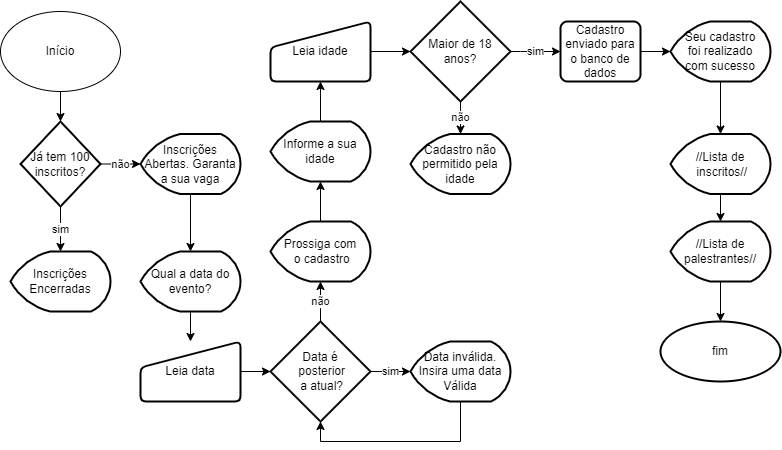
concaneto/SENAI-UC-8-Logica-de-programacao keeps this draw.io diagram as Fluxograma-AppEventos-drawio.drawio.png. Above is the earlier version. Source tidied: cells renumbered, new cells last; positions are measured from the earlier drawing's top-left corner, leaving out a move shared by most shapes. Its diagram source:
```xml
<mxGraphModel>
  <root>
    <mxCell id="0" />
    <mxCell id="1" parent="0" />
    <mxCell id="2" style="edgeStyle=orthogonalEdgeStyle;rounded=0;jettySize=auto;html=1;" parent="1" edge="1" source="3">
      <mxGeometry relative="1" as="geometry">
        <mxPoint x="60" y="120" as="targetPoint" />
      </mxGeometry>
    </mxCell>
    <mxCell id="3" value="Início" style="ellipse;whiteSpace=wrap;html=1;" parent="1" vertex="1">
      <mxGeometry y="10" width="120" height="80" as="geometry" />
    </mxCell>
    <mxCell id="4" value="não" style="edgeStyle=orthogonalEdgeStyle;rounded=0;jettySize=auto;html=1;" parent="1" edge="1" source="6" target="8">
      <mxGeometry relative="1" as="geometry" />
    </mxCell>
    <mxCell id="5" value="sim" style="edgeStyle=orthogonalEdgeStyle;rounded=0;jettySize=auto;html=1;" parent="1" edge="1" source="6" target="9">
      <mxGeometry relative="1" as="geometry" />
    </mxCell>
    <mxCell id="6" value="Já tem 100 inscritos?" style="strokeWidth=2;html=1;shape=mxgraph.flowchart.decision;whiteSpace=wrap;" parent="1" vertex="1">
      <mxGeometry x="20" y="120" width="80" height="85" as="geometry" />
    </mxCell>
    <mxCell id="7" style="edgeStyle=orthogonalEdgeStyle;rounded=0;jettySize=auto;html=1;" parent="1" edge="1" source="8" target="11">
      <mxGeometry relative="1" as="geometry" />
    </mxCell>
    <mxCell id="8" value="Inscrições Abertas. Garanta a sua vaga" style="strokeWidth=2;html=1;shape=mxgraph.flowchart.display;whiteSpace=wrap;" parent="1" vertex="1">
      <mxGeometry x="140" y="132.5" width="100" height="60" as="geometry" />
    </mxCell>
    <mxCell id="9" value="Inscrições Encerradas" style="strokeWidth=2;html=1;shape=mxgraph.flowchart.display;whiteSpace=wrap;" parent="1" vertex="1">
      <mxGeometry x="10" y="250" width="100" height="60" as="geometry" />
    </mxCell>
    <mxCell id="10" style="edgeStyle=orthogonalEdgeStyle;rounded=0;jettySize=auto;html=1;" parent="1" edge="1" source="11" target="13">
      <mxGeometry relative="1" as="geometry" />
    </mxCell>
    <mxCell id="11" value="Qual a data do evento?" style="strokeWidth=2;html=1;shape=mxgraph.flowchart.display;whiteSpace=wrap;" parent="1" vertex="1">
      <mxGeometry x="140" y="250" width="100" height="60" as="geometry" />
    </mxCell>
    <mxCell id="12" style="edgeStyle=orthogonalEdgeStyle;rounded=0;jettySize=auto;html=1;" parent="1" edge="1" source="13" target="16">
      <mxGeometry relative="1" as="geometry" />
    </mxCell>
    <mxCell id="13" value="Leia data" style="html=1;strokeWidth=2;shape=manualInput;whiteSpace=wrap;rounded=1;size=26;arcSize=11;" parent="1" vertex="1">
      <mxGeometry x="140" y="340" width="100" height="60" as="geometry" />
    </mxCell>
    <mxCell id="14" value="sim" style="edgeStyle=orthogonalEdgeStyle;rounded=0;jettySize=auto;html=1;" parent="1" edge="1" source="16" target="18">
      <mxGeometry relative="1" as="geometry" />
    </mxCell>
    <mxCell id="15" value="não" style="edgeStyle=orthogonalEdgeStyle;rounded=0;jettySize=auto;html=1;" parent="1" edge="1" source="16" target="20">
      <mxGeometry relative="1" as="geometry" />
    </mxCell>
    <mxCell id="16" value="Data é&lt;br&gt;&amp;nbsp;posterior&lt;br&gt;&amp;nbsp;a atual?" style="strokeWidth=2;html=1;shape=mxgraph.flowchart.decision;whiteSpace=wrap;" parent="1" vertex="1">
      <mxGeometry x="270" y="320" width="100" height="100" as="geometry" />
    </mxCell>
    <mxCell id="17" style="edgeStyle=orthogonalEdgeStyle;rounded=0;jettySize=auto;html=1;entryX=0.5;entryY=1;entryDx=0;entryDy=0;entryPerimeter=0;" parent="1" edge="1" source="18" target="16">
      <mxGeometry relative="1" as="geometry">
        <Array as="points">
          <mxPoint x="460" y="440" />
          <mxPoint x="320" y="440" />
        </Array>
      </mxGeometry>
    </mxCell>
    <mxCell id="18" value="Data inválida.&lt;br&gt;Insira uma data Válida" style="strokeWidth=2;html=1;shape=mxgraph.flowchart.display;whiteSpace=wrap;" parent="1" vertex="1">
      <mxGeometry x="410" y="340" width="100" height="60" as="geometry" />
    </mxCell>
    <mxCell id="19" style="edgeStyle=orthogonalEdgeStyle;rounded=0;jettySize=auto;html=1;" parent="1" edge="1" source="20" target="22">
      <mxGeometry relative="1" as="geometry" />
    </mxCell>
    <mxCell id="20" value="Prossiga com&lt;br&gt;&amp;nbsp;o cadastro" style="strokeWidth=2;html=1;shape=mxgraph.flowchart.display;whiteSpace=wrap;" parent="1" vertex="1">
      <mxGeometry x="270" y="220" width="100" height="60" as="geometry" />
    </mxCell>
    <mxCell id="21" style="edgeStyle=orthogonalEdgeStyle;rounded=0;jettySize=auto;html=1;" parent="1" edge="1" source="22" target="24">
      <mxGeometry relative="1" as="geometry" />
    </mxCell>
    <mxCell id="22" value="Informe a sua idade" style="strokeWidth=2;html=1;shape=mxgraph.flowchart.display;whiteSpace=wrap;" parent="1" vertex="1">
      <mxGeometry x="270" y="120" width="100" height="60" as="geometry" />
    </mxCell>
    <mxCell id="23" style="edgeStyle=orthogonalEdgeStyle;rounded=0;jettySize=auto;html=1;" parent="1" edge="1" source="24" target="27">
      <mxGeometry relative="1" as="geometry" />
    </mxCell>
    <mxCell id="24" value="Leia idade" style="html=1;strokeWidth=2;shape=manualInput;whiteSpace=wrap;rounded=1;size=26;arcSize=11;" parent="1" vertex="1">
      <mxGeometry x="270" y="20" width="100" height="60" as="geometry" />
    </mxCell>
    <mxCell id="25" value="não" style="edgeStyle=orthogonalEdgeStyle;rounded=0;jettySize=auto;html=1;" parent="1" edge="1" source="27" target="28">
      <mxGeometry relative="1" as="geometry" />
    </mxCell>
    <mxCell id="26" value="sim" style="edgeStyle=orthogonalEdgeStyle;rounded=0;jettySize=auto;html=1;" parent="1" edge="1" source="27" target="37">
      <mxGeometry relative="1" as="geometry">
        <Array as="points">
          <mxPoint x="520" y="50" />
          <mxPoint x="520" y="50" />
        </Array>
      </mxGeometry>
    </mxCell>
    <mxCell id="27" value="Maior de 18 anos?" style="strokeWidth=2;html=1;shape=mxgraph.flowchart.decision;whiteSpace=wrap;" parent="1" vertex="1">
      <mxGeometry x="410" width="100" height="100" as="geometry" />
    </mxCell>
    <mxCell id="28" value="Cadastro não&lt;br&gt;permitido pela&lt;br&gt;idade" style="strokeWidth=2;html=1;shape=mxgraph.flowchart.display;whiteSpace=wrap;" parent="1" vertex="1">
      <mxGeometry x="410" y="132.5" width="100" height="60" as="geometry" />
    </mxCell>
    <mxCell id="29" style="edgeStyle=orthogonalEdgeStyle;rounded=0;jettySize=auto;html=1;" parent="1" edge="1" source="30" target="32">
      <mxGeometry relative="1" as="geometry" />
    </mxCell>
    <mxCell id="30" value="Seu cadastro&lt;br&gt;foi realizado&lt;br&gt;com sucesso" style="strokeWidth=2;html=1;shape=mxgraph.flowchart.display;whiteSpace=wrap;" parent="1" vertex="1">
      <mxGeometry x="670" y="20" width="100" height="60" as="geometry" />
    </mxCell>
    <mxCell id="31" style="edgeStyle=orthogonalEdgeStyle;rounded=0;jettySize=auto;html=1;" parent="1" edge="1" source="32" target="34">
      <mxGeometry relative="1" as="geometry" />
    </mxCell>
    <mxCell id="32" value="//Lista de&lt;br&gt;&amp;nbsp;inscritos//" style="strokeWidth=2;html=1;shape=mxgraph.flowchart.display;whiteSpace=wrap;" parent="1" vertex="1">
      <mxGeometry x="670" y="132.5" width="100" height="60" as="geometry" />
    </mxCell>
    <mxCell id="33" style="edgeStyle=orthogonalEdgeStyle;rounded=0;jettySize=auto;html=1;" parent="1" edge="1" source="34" target="35">
      <mxGeometry relative="1" as="geometry" />
    </mxCell>
    <mxCell id="34" value="//Lista de palestrantes//" style="strokeWidth=2;html=1;shape=mxgraph.flowchart.display;whiteSpace=wrap;" parent="1" vertex="1">
      <mxGeometry x="670" y="220" width="100" height="60" as="geometry" />
    </mxCell>
    <mxCell id="35" value="fim" style="ellipse;whiteSpace=wrap;html=1;strokeWidth=2;" parent="1" vertex="1">
      <mxGeometry x="660" y="320" width="120" height="60" as="geometry" />
    </mxCell>
    <mxCell id="36" style="edgeStyle=orthogonalEdgeStyle;rounded=0;jettySize=auto;html=1;" parent="1" edge="1" source="37" target="30">
      <mxGeometry relative="1" as="geometry" />
    </mxCell>
    <mxCell id="37" value="Cadastro enviado para o banco de dados" style="rounded=1;whiteSpace=wrap;html=1;absoluteArcSize=1;arcSize=14;strokeWidth=2;" parent="1" vertex="1">
      <mxGeometry x="560" y="20" width="80" height="60" as="geometry" />
    </mxCell>
  </root>
</mxGraphModel>
```
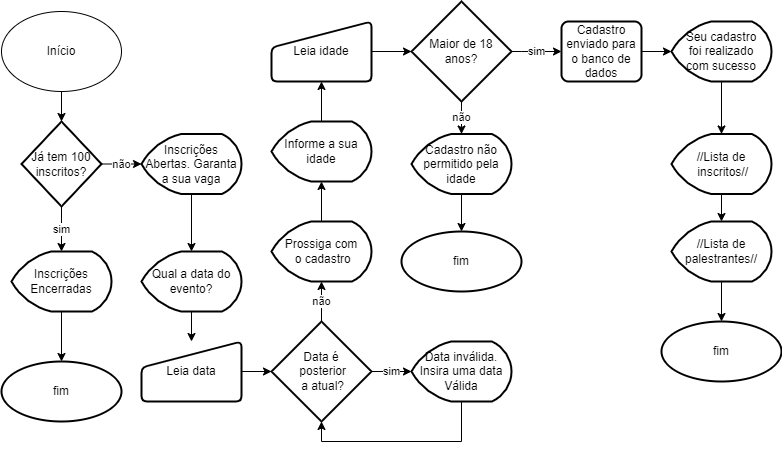
After the change.

What changed in the source:
```diff
@@ -25,6 +25,9 @@
     <mxCell id="8" value="Inscrições Abertas. Garanta a sua vaga" style="strokeWidth=2;html=1;shape=mxgraph.flowchart.display;whiteSpace=wrap;" parent="1" vertex="1">
       <mxGeometry x="140" y="132.5" width="100" height="60" as="geometry" />
     </mxCell>
+    <mxCell id="38" style="edgeStyle=orthogonalEdgeStyle;rounded=0;jettySize=auto;html=1;" parent="1" edge="1" source="9" target="40">
+      <mxGeometry relative="1" as="geometry" />
+    </mxCell>
     <mxCell id="9" value="Inscrições Encerradas" style="strokeWidth=2;html=1;shape=mxgraph.flowchart.display;whiteSpace=wrap;" parent="1" vertex="1">
       <mxGeometry x="10" y="250" width="100" height="60" as="geometry" />
     </mxCell>
@@ -92,6 +95,9 @@
     <mxCell id="27" value="Maior de 18 anos?" style="strokeWidth=2;html=1;shape=mxgraph.flowchart.decision;whiteSpace=wrap;" parent="1" vertex="1">
       <mxGeometry x="410" width="100" height="100" as="geometry" />
     </mxCell>
+    <mxCell id="39" style="edgeStyle=orthogonalEdgeStyle;rounded=0;jettySize=auto;html=1;" parent="1" edge="1" source="28" target="41">
+      <mxGeometry relative="1" as="geometry" />
+    </mxCell>
     <mxCell id="28" value="Cadastro não&lt;br&gt;permitido pela&lt;br&gt;idade" style="strokeWidth=2;html=1;shape=mxgraph.flowchart.display;whiteSpace=wrap;" parent="1" vertex="1">
       <mxGeometry x="410" y="132.5" width="100" height="60" as="geometry" />
     </mxCell>
@@ -122,5 +128,11 @@
     <mxCell id="37" value="Cadastro enviado para o banco de dados" style="rounded=1;whiteSpace=wrap;html=1;absoluteArcSize=1;arcSize=14;strokeWidth=2;" parent="1" vertex="1">
       <mxGeometry x="560" y="20" width="80" height="60" as="geometry" />
     </mxCell>
+    <mxCell id="40" value="fim" style="ellipse;whiteSpace=wrap;html=1;strokeWidth=2;" parent="1" vertex="1">
+      <mxGeometry y="360" width="120" height="60" as="geometry" />
+    </mxCell>
+    <mxCell id="41" value="fim" style="ellipse;whiteSpace=wrap;html=1;strokeWidth=2;" parent="1" vertex="1">
+      <mxGeometry x="400" y="230" width="120" height="60" as="geometry" />
+    </mxCell>
   </root>
 </mxGraphModel>
```
